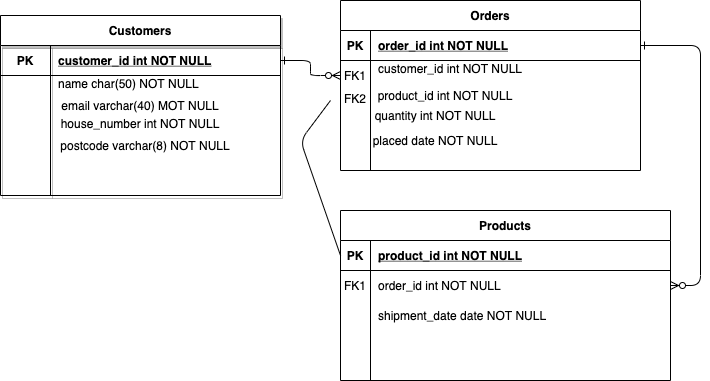
Before: ERDdiagramdrawio.png, a diagram exported from draw.io (Sehrish88/ERDdiagram). Source tidied: cells renumbered, new cells last; positions are measured from the earlier drawing's top-left corner, leaving out a move shared by most shapes.
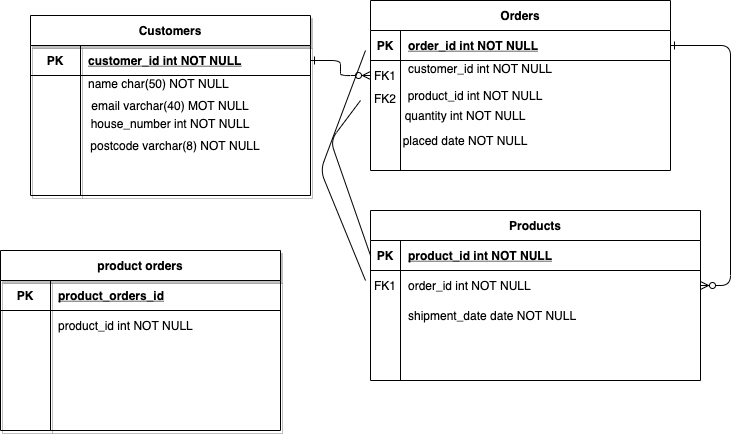
The same diagram one commit later.

Change to the diagram source:
```diff
@@ -118,5 +118,35 @@
         </Array>
       </mxGeometry>
     </mxCell>
+    <mxCell id="39" style="endArrow=none;html=1;" parent="1" edge="1">
+      <mxGeometry relative="1" as="geometry">
+        <mxPoint x="335" y="280" as="sourcePoint" />
+        <mxPoint x="335" y="50" as="targetPoint" />
+        <Array as="points">
+          <mxPoint x="290" y="170" />
+        </Array>
+      </mxGeometry>
+    </mxCell>
+    <mxCell id="40" value="product orders" style="shape=table;startSize=30;rowLines=0;fontStyle=1;align=center;shadow=1;" parent="1" vertex="1">
+      <mxGeometry x="-30" y="250" width="280" height="180" as="geometry" />
+    </mxCell>
+    <mxCell id="41" style="shape=partialRectangle;fillColor=none;top=0;left=0;right=0;bottom=1;" parent="40" vertex="1">
+      <mxGeometry y="30" width="280" height="30" as="geometry" />
+    </mxCell>
+    <mxCell id="42" value="PK" style="shape=partialRectangle;overflow=hidden;fillColor=none;top=0;left=0;bottom=0;right=0;fontStyle=1;" parent="41" vertex="1">
+      <mxGeometry width="50" height="30" as="geometry" />
+    </mxCell>
+    <mxCell id="43" value="product_orders_id" style="shape=partialRectangle;overflow=hidden;fillColor=none;top=0;left=0;bottom=0;right=0;align=left;spacingLeft=6;fontStyle=5;" parent="41" vertex="1">
+      <mxGeometry x="50" width="230" height="30" as="geometry" />
+    </mxCell>
+    <mxCell id="44" style="shape=partialRectangle;fillColor=none;top=0;left=0;right=0;bottom=0;" parent="40" vertex="1">
+      <mxGeometry y="60" width="280" height="30" as="geometry" />
+    </mxCell>
+    <mxCell id="45" style="shape=partialRectangle;overflow=hidden;fillColor=none;top=0;left=0;bottom=0;right=0;" parent="44" vertex="1">
+      <mxGeometry width="50" height="30" as="geometry" />
+    </mxCell>
+    <mxCell id="46" value="product_id int NOT NULL " style="shape=partialRectangle;overflow=hidden;fillColor=none;top=0;left=0;bottom=0;right=0;align=left;spacingLeft=6;" parent="44" vertex="1">
+      <mxGeometry x="50" width="230" height="30" as="geometry" />
+    </mxCell>
   </root>
 </mxGraphModel>
```
